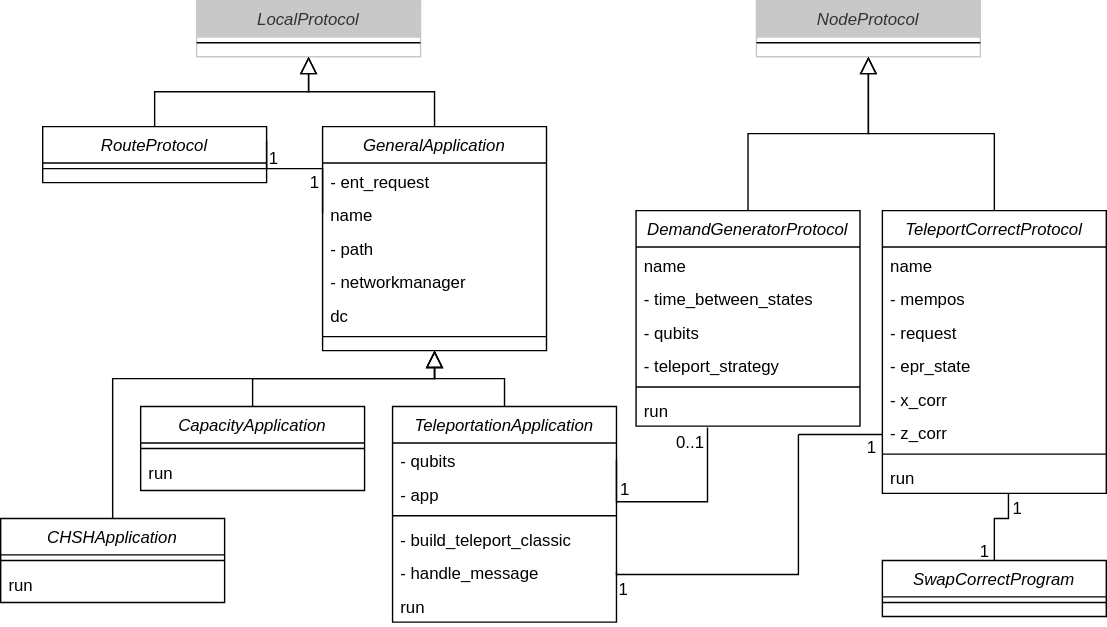
davidpcuvigo/quantumcity keeps this draw.io diagram as Diagramas/Clase/tec-applications.svg. Above is the earlier version. Source tidied: cells renumbered, new cells last; positions are measured from the earlier drawing's top-left corner, leaving out a move shared by most shapes.
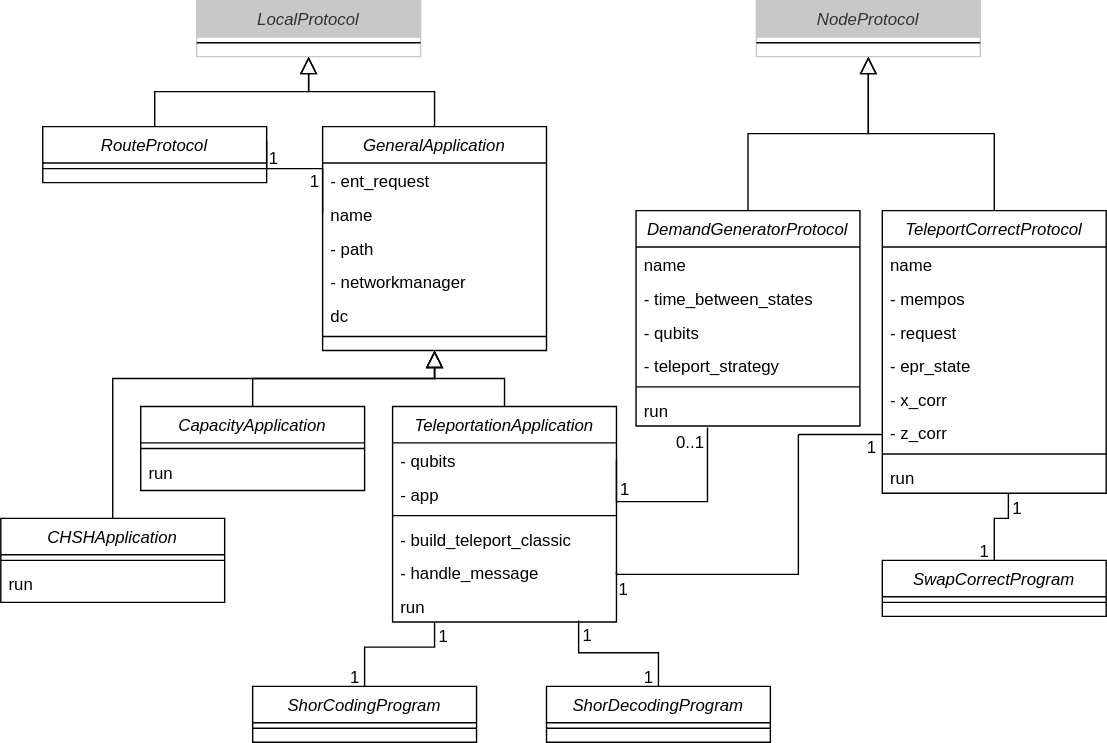
Later version of the same file.

Change to the diagram source:
```diff
@@ -242,5 +242,51 @@
         </Array>
       </mxGeometry>
     </mxCell>
+    <mxCell id="66" value="ShorCodingProgram" style="swimlane;fontStyle=2;align=center;verticalAlign=top;horizontal=1;startSize=26;rounded=0;shadow=0;strokeWidth=1;" parent="1" vertex="1">
+      <mxGeometry x="180" y="490" width="160" height="40" as="geometry" />
+    </mxCell>
+    <mxCell id="67" style="line;html=1;strokeWidth=1;align=left;verticalAlign=middle;spacingTop=-1;spacingLeft=3;spacingRight=3;labelPosition=right;" parent="66" vertex="1">
+      <mxGeometry y="26" width="160" height="8" as="geometry" />
+    </mxCell>
+    <mxCell id="68" value="ShorDecodingProgram" style="swimlane;fontStyle=2;align=center;verticalAlign=top;horizontal=1;startSize=26;rounded=0;shadow=0;strokeWidth=1;" parent="1" vertex="1">
+      <mxGeometry x="390" y="490" width="160" height="40" as="geometry" />
+    </mxCell>
+    <mxCell id="69" style="line;html=1;strokeWidth=1;align=left;verticalAlign=middle;spacingTop=-1;spacingLeft=3;spacingRight=3;labelPosition=right;" parent="68" vertex="1">
+      <mxGeometry y="26" width="160" height="8" as="geometry" />
+    </mxCell>
+    <mxCell id="70" style="endArrow=none;shadow=0;strokeWidth=1;rounded=0;curved=0;endFill=0;edgeStyle=elbowEdgeStyle;elbow=vertical;exitX=0.5;exitY=0;exitDx=0;exitDy=0;entryX=0.563;entryY=1;entryDx=0;entryDy=0;entryPerimeter=0;" parent="1" edge="1" source="66">
+      <mxGeometry x="0.5" y="41" relative="1" as="geometry">
+        <mxPoint x="310" y="444" as="targetPoint" />
+        <Array as="points">
+          <mxPoint x="290" y="462" />
+        </Array>
+        <mxPoint x="-40" y="32" as="offset" />
+      </mxGeometry>
+    </mxCell>
+    <mxCell id="71" value="1" style="align=left;verticalAlign=bottom;labelBackgroundColor=none;fontSize=12;" parent="70" vertex="1">
+      <mxGeometry x="-1" relative="1" as="geometry">
+        <mxPoint x="-12" y="2" as="offset" />
+      </mxGeometry>
+    </mxCell>
+    <mxCell id="72" value="1" style="align=right;verticalAlign=bottom;labelBackgroundColor=none;fontSize=12;" parent="70" vertex="1">
+      <mxGeometry x="1" relative="1" as="geometry">
+        <mxPoint x="11" y="19" as="offset" />
+      </mxGeometry>
+    </mxCell>
+    <mxCell id="73" style="endArrow=none;shadow=0;strokeWidth=1;rounded=0;curved=0;endFill=0;edgeStyle=elbowEdgeStyle;elbow=vertical;exitX=0.5;exitY=0;exitDx=0;exitDy=0;entryX=0.831;entryY=0.958;entryDx=0;entryDy=0;entryPerimeter=0;" parent="1" edge="1" source="68" target="23">
+      <mxGeometry x="0.5" y="41" relative="1" as="geometry">
+        <mxPoint x="-40" y="32" as="offset" />
+      </mxGeometry>
+    </mxCell>
+    <mxCell id="74" value="1" style="align=left;verticalAlign=bottom;labelBackgroundColor=none;fontSize=12;" parent="73" vertex="1">
+      <mxGeometry x="-1" relative="1" as="geometry">
+        <mxPoint x="-12" y="2" as="offset" />
+      </mxGeometry>
+    </mxCell>
+    <mxCell id="75" value="1" style="align=right;verticalAlign=bottom;labelBackgroundColor=none;fontSize=12;" parent="73" vertex="1">
+      <mxGeometry x="1" relative="1" as="geometry">
+        <mxPoint x="11" y="19" as="offset" />
+      </mxGeometry>
+    </mxCell>
   </root>
 </mxGraphModel>
```
